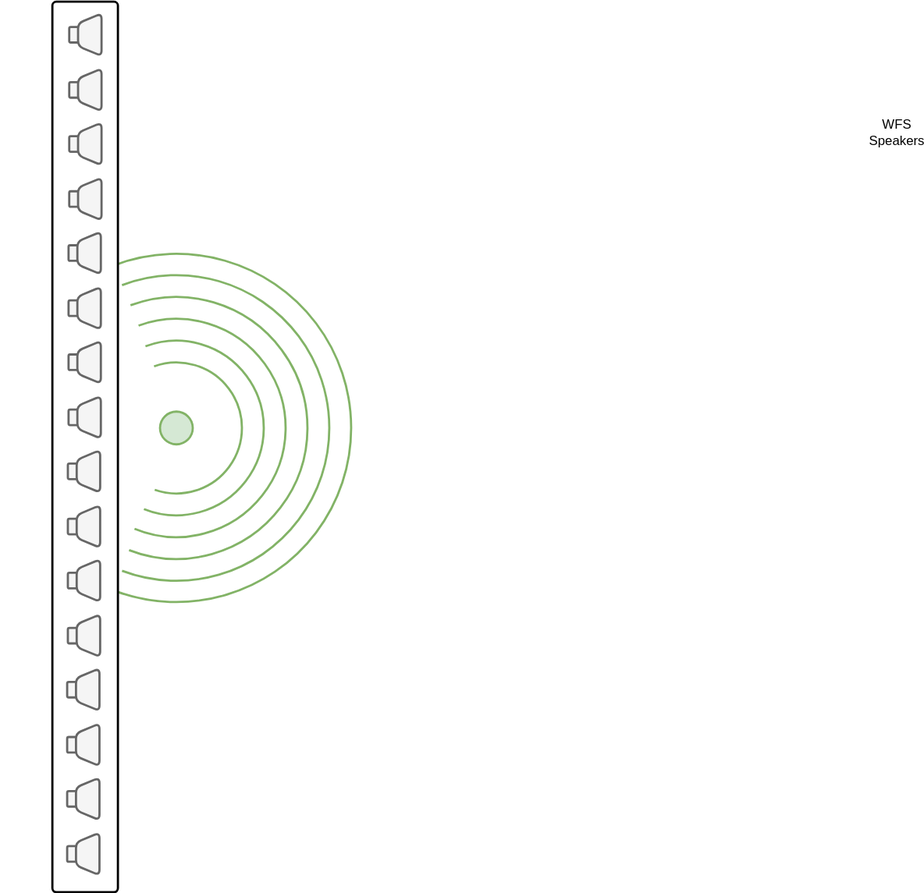
Earlier version of the draw.io export Graphics/Untitled Diagram.svg (tu-studio/seamless-docs). Source tidied: cells renumbered, new cells last; positions are measured from the earlier drawing's top-left corner, leaving out a move shared by most shapes.
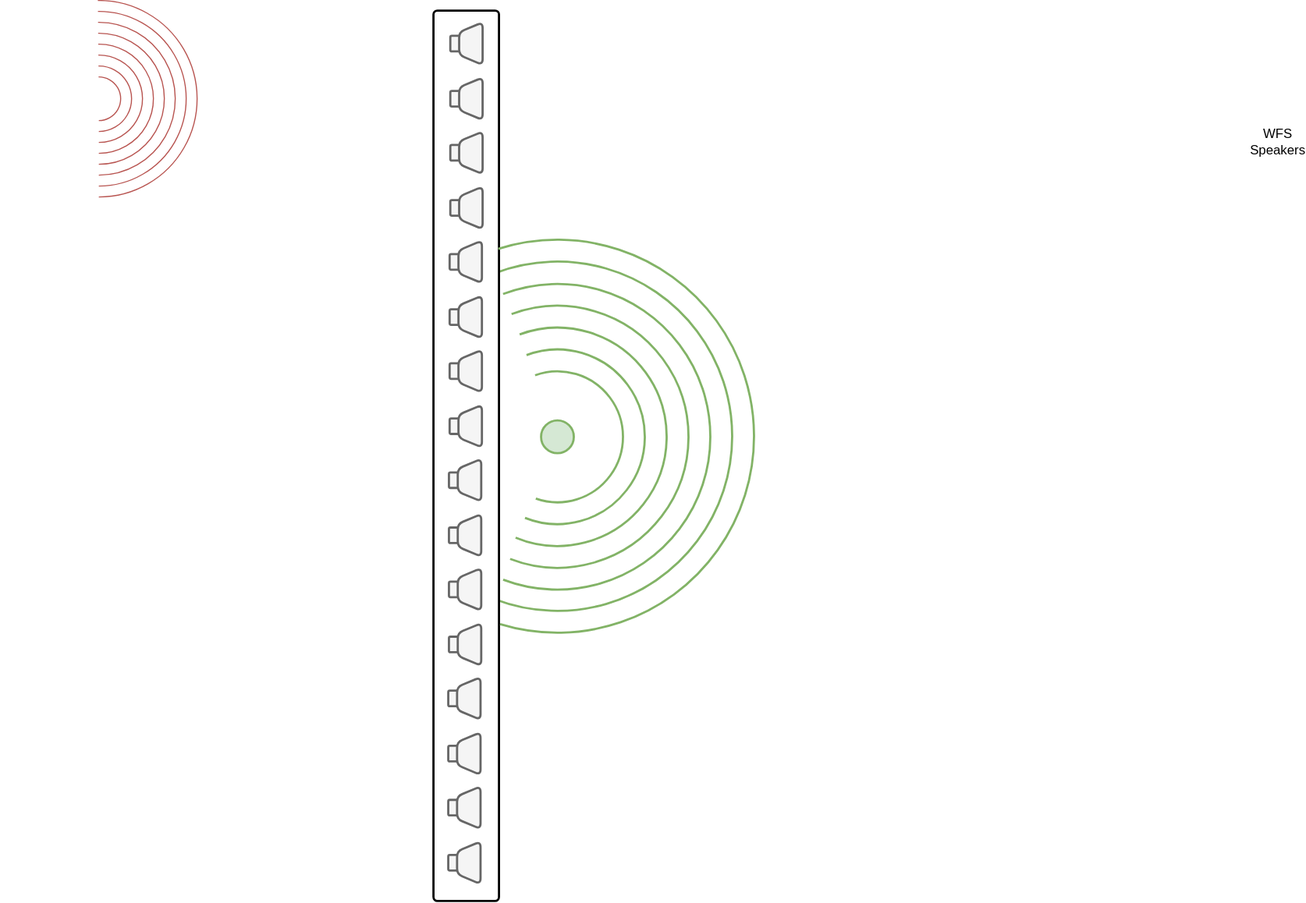
After the commit.

What changed in the source:
```diff
@@ -3,7 +3,7 @@
     <mxCell id="0" />
     <mxCell id="1" parent="0" />
     <mxCell id="2" style="verticalLabelPosition=bottom;verticalAlign=top;html=1;shape=mxgraph.basic.arc;startAngle=0.9421429005827588;endAngle=0.5577966417019755;strokeWidth=2;fillColor=#d5e8d4;strokeColor=#82b366;" parent="1" vertex="1">
-      <mxGeometry y="231" width="320" height="319" as="geometry" />
+      <mxGeometry y="230" width="320" height="320" as="geometry" />
     </mxCell>
     <mxCell id="3" style="verticalLabelPosition=bottom;verticalAlign=top;html=1;shape=mxgraph.basic.arc;startAngle=0.9421429005827588;endAngle=0.5577966417019755;strokeWidth=2;fillColor=#d5e8d4;strokeColor=#82b366;" parent="1" vertex="1">
       <mxGeometry x="20" y="250.5" width="280" height="280" as="geometry" />
@@ -173,5 +173,35 @@
     <mxCell id="58" style="verticalLabelPosition=bottom;verticalAlign=top;html=1;shape=mxgraph.basic.arc;startAngle=0.9446511648383769;endAngle=0.5535834617199686;strokeWidth=2;fillColor=#d5e8d4;strokeColor=#82b366;" parent="1" vertex="1">
       <mxGeometry x="100" y="330.5" width="120" height="120" as="geometry" />
     </mxCell>
+    <mxCell id="59" style="verticalLabelPosition=bottom;verticalAlign=top;html=1;shape=mxgraph.basic.arc;startAngle=0.9513178656285476;endAngle=0.5471541651886938;strokeWidth=2;fillColor=#d5e8d4;strokeColor=#82b366;" parent="1" vertex="1">
+      <mxGeometry x="-20" y="210" width="360" height="360" as="geometry" />
+    </mxCell>
+    <mxCell id="60" style="group;" parent="1" vertex="1">
+      <mxGeometry x="-350" y="-9.2" width="180" height="180" as="geometry" />
+    </mxCell>
+    <mxCell id="61" style="verticalLabelPosition=bottom;verticalAlign=top;html=1;shape=mxgraph.basic.arc;startAngle=0.9983924289844229;endAngle=0.5;strokeWidth=1;fillColor=#f8cecc;strokeColor=#b85450;" parent="60" vertex="1">
+      <mxGeometry x="60" y="60" width="60" height="60" as="geometry" />
+    </mxCell>
+    <mxCell id="62" style="verticalLabelPosition=bottom;verticalAlign=top;html=1;shape=mxgraph.basic.arc;startAngle=0.9983924289844229;endAngle=0.5;strokeWidth=1;fillColor=#f8cecc;strokeColor=#b85450;" parent="60" vertex="1">
+      <mxGeometry x="70" y="70" width="40" height="40" as="geometry" />
+    </mxCell>
+    <mxCell id="63" style="verticalLabelPosition=bottom;verticalAlign=top;html=1;shape=mxgraph.basic.arc;startAngle=0.9983924289844229;endAngle=0.5;strokeWidth=1;fillColor=#f8cecc;strokeColor=#b85450;" parent="60" vertex="1">
+      <mxGeometry x="50" y="50" width="80" height="80" as="geometry" />
+    </mxCell>
+    <mxCell id="64" style="verticalLabelPosition=bottom;verticalAlign=top;html=1;shape=mxgraph.basic.arc;startAngle=0.9983924289844229;endAngle=0.5;strokeWidth=1;fillColor=#f8cecc;strokeColor=#b85450;" parent="60" vertex="1">
+      <mxGeometry x="40" y="40" width="100" height="100" as="geometry" />
+    </mxCell>
+    <mxCell id="65" style="verticalLabelPosition=bottom;verticalAlign=top;html=1;shape=mxgraph.basic.arc;startAngle=0.9983924289844229;endAngle=0.5;strokeWidth=1;fillColor=#f8cecc;strokeColor=#b85450;" parent="60" vertex="1">
+      <mxGeometry x="30" y="30" width="120" height="120" as="geometry" />
+    </mxCell>
+    <mxCell id="66" style="verticalLabelPosition=bottom;verticalAlign=top;html=1;shape=mxgraph.basic.arc;startAngle=0.9983924289844229;endAngle=0.5;strokeWidth=1;fillColor=#f8cecc;strokeColor=#b85450;" parent="60" vertex="1">
+      <mxGeometry x="20" y="20" width="140" height="140" as="geometry" />
+    </mxCell>
+    <mxCell id="67" style="verticalLabelPosition=bottom;verticalAlign=top;html=1;shape=mxgraph.basic.arc;startAngle=0.9983924289844229;endAngle=0.5;strokeWidth=1;fillColor=#f8cecc;strokeColor=#b85450;" parent="60" vertex="1">
+      <mxGeometry x="10" y="10" width="160" height="160" as="geometry" />
+    </mxCell>
+    <mxCell id="68" style="verticalLabelPosition=bottom;verticalAlign=top;html=1;shape=mxgraph.basic.arc;startAngle=0.9983924289844229;endAngle=0.5;strokeWidth=1;fillColor=#f8cecc;strokeColor=#b85450;" parent="60" vertex="1">
+      <mxGeometry width="180" height="180" as="geometry" />
+    </mxCell>
   </root>
 </mxGraphModel>
```
